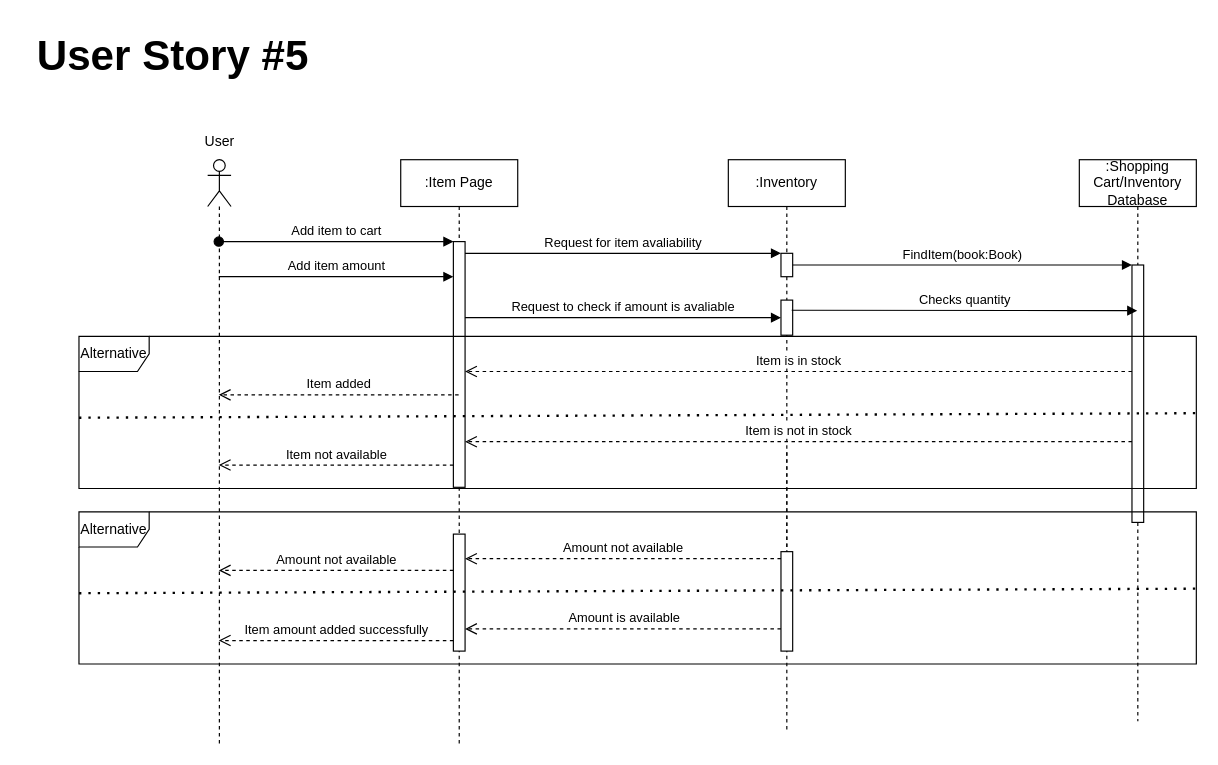
Before: Add item Sequence Diagram.drawio in adl409/SE-project-Group-5, a draw.io diagram. Source tidied: cells renumbered, new cells numbered last; positions are measured from the earlier drawing's top-left corner, leaving out a move shared by most shapes. Both pictures are drawn from the tidied source at 117%, with x=0, y=0 at pixel (20, 20).
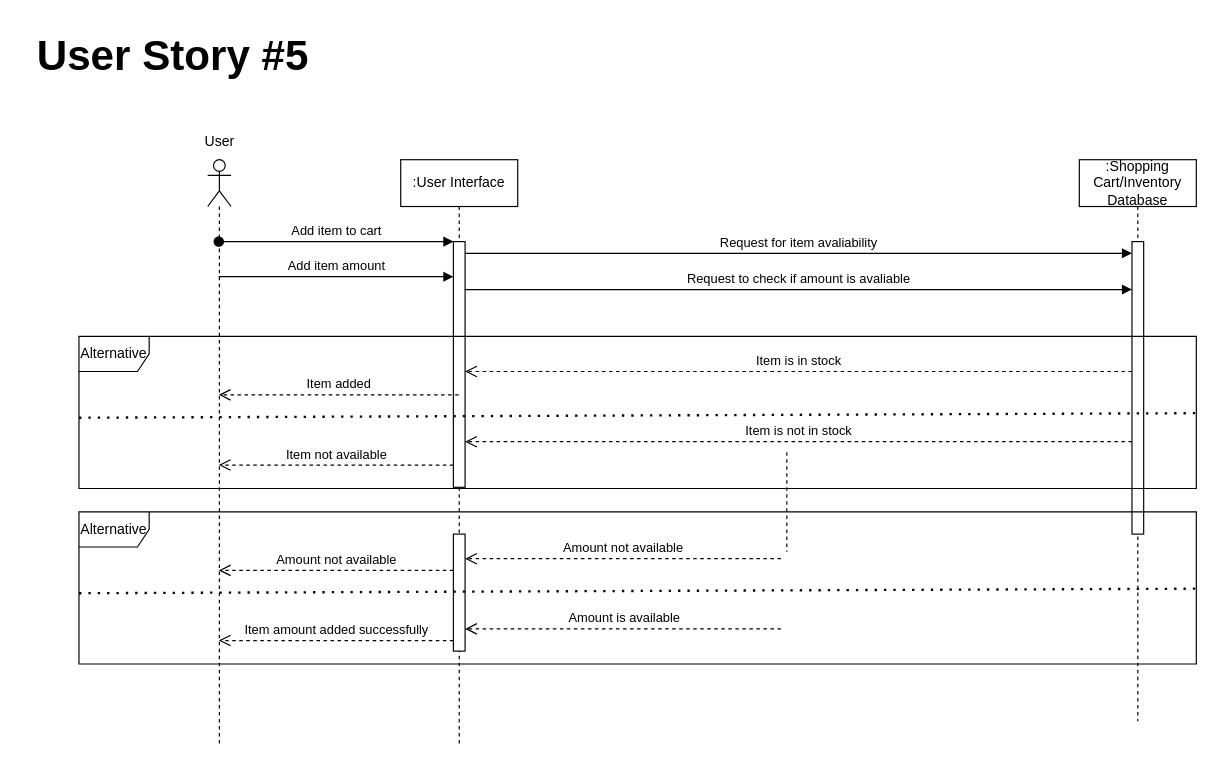
The same diagram, later.

Commit message:
Update Add item Sequence Diagram Issue #10.drawio

Unchanged cells that the change refers to:
```xml
<mxCell id="3" style="html=1;points=[];perimeter=orthogonalPerimeter;outlineConnect=0;targetShapes=umlLifeline;portConstraint=eastwest;newEdgeStyle={&quot;edgeStyle&quot;:&quot;elbowEdgeStyle&quot;,&quot;elbow&quot;:&quot;vertical&quot;,&quot;curved&quot;:0,&quot;rounded&quot;:0};" parent="2" vertex="1">
  <mxGeometry x="45" y="70" width="10" height="210" as="geometry" />
</mxCell>
<mxCell id="5" style="html=1;points=[];perimeter=orthogonalPerimeter;outlineConnect=0;targetShapes=umlLifeline;portConstraint=eastwest;newEdgeStyle={&quot;edgeStyle&quot;:&quot;elbowEdgeStyle&quot;,&quot;elbow&quot;:&quot;vertical&quot;,&quot;curved&quot;:0,&quot;rounded&quot;:0};" parent="2" vertex="1">
  <mxGeometry x="45" y="320" width="10" height="100" as="geometry" />
</mxCell>
<mxCell id="18" value=":Shopping Cart/Inventory Database" style="shape=umlLifeline;perimeter=lifelinePerimeter;whiteSpace=wrap;html=1;outlineConnect=0;portConstraint=eastwest;newEdgeStyle={&quot;edgeStyle&quot;:&quot;elbowEdgeStyle&quot;,&quot;elbow&quot;:&quot;vertical&quot;,&quot;curved&quot;:0,&quot;rounded&quot;:0};" parent="1" vertex="1">
  <mxGeometry x="905" y="119" width="100" height="480" as="geometry" />
</mxCell>
```

Diff of the diagram source:
```diff
@@
-    <mxCell id="2" value=":Item Page" style="shape=umlLifeline;perimeter=lifelinePerimeter;whiteSpace=wrap;html=1;outlineConnect=0;portConstraint=eastwest;newEdgeStyle={&quot;edgeStyle&quot;:&quot;elbowEdgeStyle&quot;,&quot;elbow&quot;:&quot;vertical&quot;,&quot;curved&quot;:0,&quot;rounded&quot;:0};" parent="1" vertex="1">
+    <mxCell id="2" value=":User Interface" style="shape=umlLifeline;perimeter=lifelinePerimeter;whiteSpace=wrap;html=1;outlineConnect=0;portConstraint=eastwest;newEdgeStyle={&quot;edgeStyle&quot;:&quot;elbowEdgeStyle&quot;,&quot;elbow&quot;:&quot;vertical&quot;,&quot;curved&quot;:0,&quot;rounded&quot;:0};" parent="1" vertex="1">
       <mxGeometry x="325" y="119" width="100" height="500" as="geometry" />
     </mxCell>
@@
-    <mxCell id="12" value=":Inventory" style="shape=umlLifeline;perimeter=lifelinePerimeter;whiteSpace=wrap;html=1;newEdgeStyle={&quot;edgeStyle&quot;:&quot;elbowEdgeStyle&quot;,&quot;elbow&quot;:&quot;vertical&quot;,&quot;curved&quot;:0,&quot;rounded&quot;:0};" parent="1" vertex="1">
-      <mxGeometry x="605" y="119" width="100" height="490" as="geometry" />
-    </mxCell>
-    <mxCell id="13" style="html=1;points=[];perimeter=orthogonalPerimeter;outlineConnect=0;targetShapes=umlLifeline;portConstraint=eastwest;newEdgeStyle={&quot;edgeStyle&quot;:&quot;elbowEdgeStyle&quot;,&quot;elbow&quot;:&quot;vertical&quot;,&quot;curved&quot;:0,&quot;rounded&quot;:0};" parent="12" vertex="1">
-      <mxGeometry x="45" y="80" width="10" height="20" as="geometry" />
-    </mxCell>
-    <mxCell id="14" style="html=1;points=[];perimeter=orthogonalPerimeter;outlineConnect=0;targetShapes=umlLifeline;portConstraint=eastwest;newEdgeStyle={&quot;edgeStyle&quot;:&quot;elbowEdgeStyle&quot;,&quot;elbow&quot;:&quot;vertical&quot;,&quot;curved&quot;:0,&quot;rounded&quot;:0};" parent="12" vertex="1">
-      <mxGeometry x="45" y="120" width="10" height="30" as="geometry" />
-    </mxCell>
-    <mxCell id="15" style="html=1;points=[];perimeter=orthogonalPerimeter;outlineConnect=0;targetShapes=umlLifeline;portConstraint=eastwest;newEdgeStyle={&quot;edgeStyle&quot;:&quot;elbowEdgeStyle&quot;,&quot;elbow&quot;:&quot;vertical&quot;,&quot;curved&quot;:0,&quot;rounded&quot;:0};" parent="12" vertex="1">
-      <mxGeometry x="45" y="335" width="10" height="85" as="geometry" />
-    </mxCell>
@@
-    <mxCell id="17" value="Amount not available" style="html=1;verticalAlign=bottom;endArrow=open;dashed=1;endSize=8;edgeStyle=elbowEdgeStyle;elbow=vertical;curved=0;rounded=0;startArrow=none;" parent="1" edge="1" source="15" target="5">
+    <mxCell id="17" value="Amount not available" style="html=1;verticalAlign=bottom;endArrow=open;dashed=1;endSize=8;edgeStyle=elbowEdgeStyle;elbow=vertical;curved=0;rounded=0;startArrow=none;" parent="1" edge="1" target="5">
       <mxGeometry relative="1" as="geometry">
+        <mxPoint x="650" y="460" as="sourcePoint" />
         <Array as="points">
           <mxPoint x="615" y="460" />
           <mxPoint x="545" y="469" />
           <mxPoint x="595" y="439" />
           <mxPoint x="495" y="504" />
           <mxPoint x="435" y="459" />
         </Array>
       </mxGeometry>
     </mxCell>
@@
     <mxCell id="19" style="html=1;points=[];perimeter=orthogonalPerimeter;outlineConnect=0;targetShapes=umlLifeline;portConstraint=eastwest;newEdgeStyle={&quot;edgeStyle&quot;:&quot;elbowEdgeStyle&quot;,&quot;elbow&quot;:&quot;vertical&quot;,&quot;curved&quot;:0,&quot;rounded&quot;:0};" parent="18" vertex="1">
-      <mxGeometry x="45" y="90" width="10" height="220" as="geometry" />
+      <mxGeometry x="45" y="70" width="10" height="250" as="geometry" />
     </mxCell>
-    <mxCell id="20" value="FindItem(book:Book)" style="html=1;verticalAlign=bottom;endArrow=block;edgeStyle=elbowEdgeStyle;elbow=vertical;curved=0;rounded=0;" parent="1" edge="1" source="13" target="19">
-      <mxGeometry relative="1" as="geometry">
-        <Array as="points">
-          <mxPoint x="885" y="209" />
-        </Array>
-      </mxGeometry>
-    </mxCell>
@@
-    <mxCell id="23" value="Request for item avaliability" style="html=1;verticalAlign=bottom;endArrow=block;edgeStyle=elbowEdgeStyle;elbow=vertical;curved=0;rounded=0;" parent="1" edge="1" source="3" target="13">
+    <mxCell id="23" value="Request for item avaliability" style="html=1;verticalAlign=bottom;endArrow=block;edgeStyle=elbowEdgeStyle;elbow=vertical;curved=0;rounded=0;" parent="1" edge="1" source="3" target="19">
       <mxGeometry relative="1" as="geometry">
         <Array as="points">
           <mxPoint x="615" y="199" />
         </Array>
       </mxGeometry>
     </mxCell>
-    <mxCell id="24" value="Request to check if amount is avaliable" style="html=1;verticalAlign=bottom;endArrow=block;edgeStyle=elbowEdgeStyle;elbow=vertical;curved=0;rounded=0;" parent="1" edge="1" source="3" target="14">
+    <mxCell id="24" value="Request to check if amount is avaliable" style="html=1;verticalAlign=bottom;endArrow=block;edgeStyle=elbowEdgeStyle;elbow=vertical;curved=0;rounded=0;" parent="1" edge="1" source="3" target="19">
       <mxGeometry relative="1" as="geometry">
         <Array as="points">
+          <mxPoint x="765" y="230" />
           <mxPoint x="515" y="254" />
           <mxPoint x="635" y="299" />
         </Array>
       </mxGeometry>
     </mxCell>
-    <mxCell id="25" value="Checks quantity" style="html=1;verticalAlign=bottom;endArrow=block;edgeStyle=elbowEdgeStyle;elbow=vertical;curved=0;rounded=0;exitX=0.917;exitY=0.289;exitDx=0;exitDy=0;exitPerimeter=0;" parent="1" edge="1" source="14" target="18">
-      <mxGeometry relative="1" as="geometry" />
-    </mxCell>
-    <mxCell id="26" style="html=1;verticalAlign=bottom;endArrow=none;dashed=1;endSize=8;edgeStyle=elbowEdgeStyle;elbow=vertical;curved=0;rounded=0;" parent="1" edge="1" target="15">
+    <mxCell id="26" style="html=1;verticalAlign=bottom;endArrow=none;dashed=1;endSize=8;edgeStyle=elbowEdgeStyle;elbow=vertical;curved=0;rounded=0;" parent="1" edge="1">
       <mxGeometry x="0.26" relative="1" as="geometry">
         <mxPoint x="655" y="369" as="sourcePoint" />
+        <mxPoint x="655" y="454" as="targetPoint" />
       </mxGeometry>
     </mxCell>
@@
-    <mxCell id="29" style="html=1;verticalAlign=bottom;endArrow=open;dashed=1;endSize=8;edgeStyle=elbowEdgeStyle;elbow=vertical;curved=0;rounded=0;fontSize=36;" parent="1" edge="1" source="15" target="5">
+    <mxCell id="29" style="html=1;verticalAlign=bottom;endArrow=open;dashed=1;endSize=8;edgeStyle=elbowEdgeStyle;elbow=vertical;curved=0;rounded=0;fontSize=36;" parent="1" edge="1" target="5">
       <mxGeometry relative="1" as="geometry">
+        <mxPoint x="650" y="520" as="sourcePoint" />
         <Array as="points">
           <mxPoint x="605" y="520" />
           <mxPoint x="555" y="510" />
         </Array>
       </mxGeometry>
     </mxCell>
```
